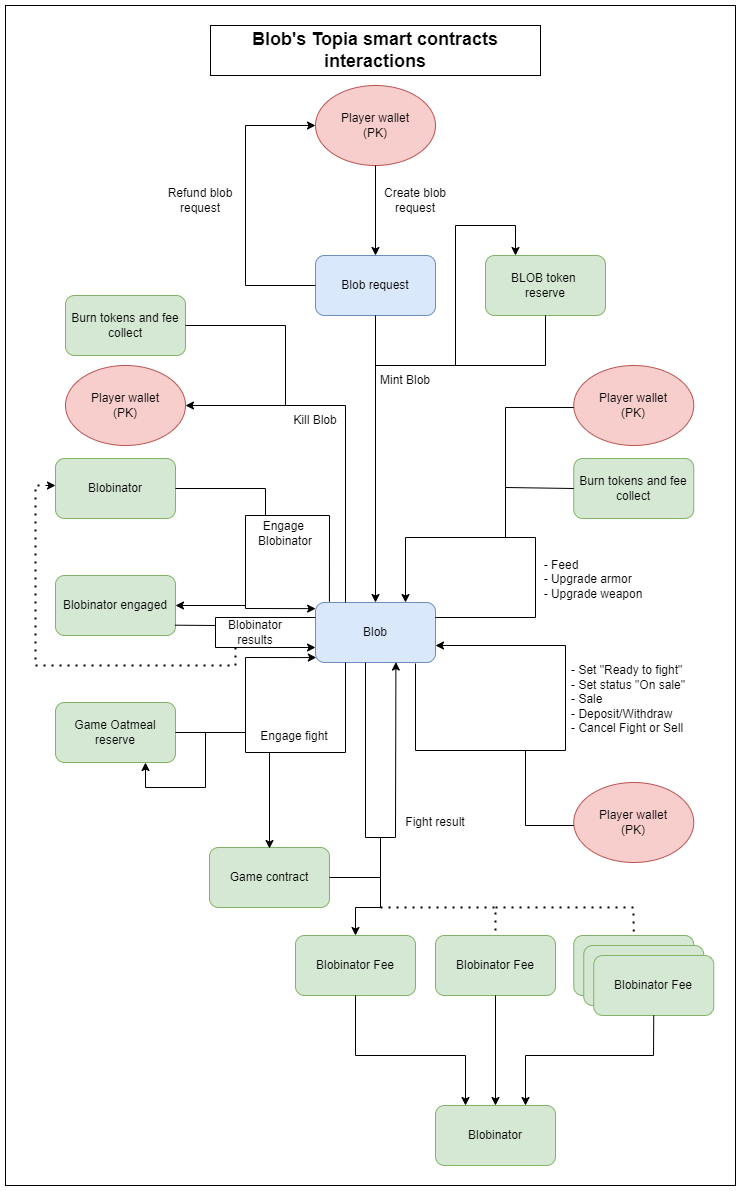
The draw.io diagram contracts/Contracts_overview2.drawio.png in ThierryM1212/blobs-topia, before a commit. Source tidied: cells renumbered, new cells last; positions are measured from the earlier drawing's top-left corner, leaving out a move shared by most shapes.
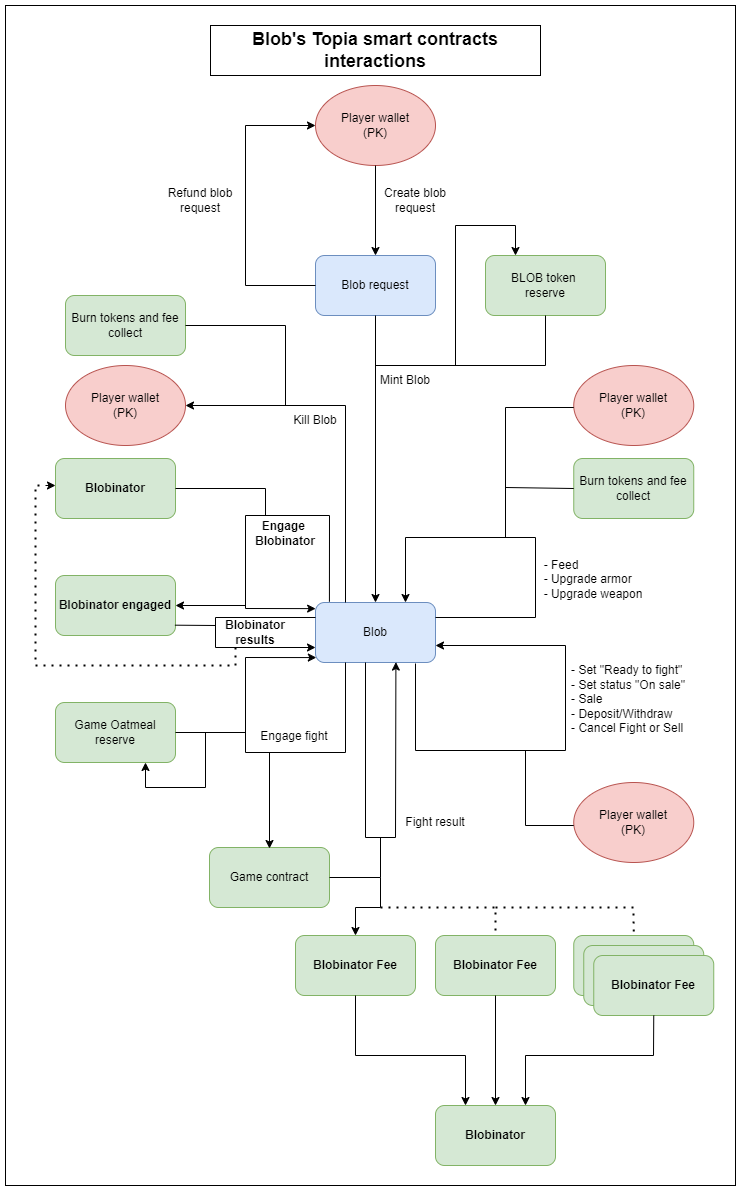
After the change.

What changed in the source:
```diff
@@ -206,13 +206,13 @@
     <mxCell id="42" value="Blobinator Fee" style="rounded=1;whiteSpace=wrap;html=1;fillColor=#d5e8d4;strokeColor=#82b366;" parent="1" vertex="1">
       <mxGeometry x="578.2" y="940" width="120" height="60" as="geometry" />
     </mxCell>
-    <mxCell id="43" value="Blobinator Fee" style="rounded=1;whiteSpace=wrap;html=1;fillColor=#d5e8d4;strokeColor=#82b366;" parent="1" vertex="1">
+    <mxCell id="43" value="Blobinator Fee" style="rounded=1;whiteSpace=wrap;html=1;fillColor=#d5e8d4;strokeColor=#82b366;fontStyle=1;" parent="1" vertex="1">
       <mxGeometry x="588.2" y="950" width="120" height="60" as="geometry" />
     </mxCell>
-    <mxCell id="44" value="Blobinator Fee" style="rounded=1;whiteSpace=wrap;html=1;fillColor=#d5e8d4;strokeColor=#82b366;" parent="1" vertex="1">
+    <mxCell id="44" value="Blobinator Fee" style="rounded=1;whiteSpace=wrap;html=1;fillColor=#d5e8d4;strokeColor=#82b366;fontStyle=1;" parent="1" vertex="1">
       <mxGeometry x="290" y="930" width="120" height="60" as="geometry" />
     </mxCell>
-    <mxCell id="45" value="Blobinator Fee" style="rounded=1;whiteSpace=wrap;html=1;fillColor=#d5e8d4;strokeColor=#82b366;" parent="1" vertex="1">
+    <mxCell id="45" value="Blobinator Fee" style="rounded=1;whiteSpace=wrap;html=1;fillColor=#d5e8d4;strokeColor=#82b366;fontStyle=1;" parent="1" vertex="1">
       <mxGeometry x="430" y="930" width="120" height="60" as="geometry" />
     </mxCell>
     <mxCell id="46" style="endArrow=classic;html=1;rounded=0;entryX=0.5;entryY=0;entryDx=0;entryDy=0;" parent="1" edge="1" target="44">
@@ -250,7 +250,7 @@
         </Array>
       </mxGeometry>
     </mxCell>
-    <mxCell id="50" value="Blobinator" style="rounded=1;whiteSpace=wrap;html=1;fillColor=#d5e8d4;strokeColor=#82b366;" parent="1" vertex="1">
+    <mxCell id="50" value="Blobinator" style="rounded=1;whiteSpace=wrap;html=1;fillColor=#d5e8d4;strokeColor=#82b366;fontStyle=1;" parent="1" vertex="1">
       <mxGeometry x="430" y="1100" width="120" height="60" as="geometry" />
     </mxCell>
     <mxCell id="51" style="endArrow=classic;html=1;rounded=0;exitX=0.5;exitY=1;exitDx=0;exitDy=0;entryX=0.5;entryY=0;entryDx=0;entryDy=0;" parent="1" edge="1" source="45" target="50">
@@ -264,7 +264,7 @@
         </Array>
       </mxGeometry>
     </mxCell>
-    <mxCell id="53" value="Blobinator" style="rounded=1;whiteSpace=wrap;html=1;fillColor=#d5e8d4;strokeColor=#82b366;" parent="1" vertex="1">
+    <mxCell id="53" value="Blobinator" style="rounded=1;whiteSpace=wrap;html=1;fillColor=#d5e8d4;strokeColor=#82b366;fontStyle=1;" parent="1" vertex="1">
       <mxGeometry x="50" y="453" width="120" height="60" as="geometry" />
     </mxCell>
     <mxCell id="54" style="endArrow=classic;html=1;rounded=0;exitX=0.116;exitY=-0.013;exitDx=0;exitDy=0;exitPerimeter=0;entryX=0.001;entryY=0.102;entryDx=0;entryDy=0;entryPerimeter=0;" parent="1" edge="1" source="7" target="7">
@@ -284,10 +284,10 @@
         </Array>
       </mxGeometry>
     </mxCell>
-    <mxCell id="56" value="Engage&amp;nbsp;&lt;br&gt;Blobinator" style="text;html=1;strokeColor=none;fillColor=none;align=center;verticalAlign=middle;whiteSpace=wrap;rounded=0;" parent="1" vertex="1">
+    <mxCell id="56" value="Engage&amp;nbsp;&lt;br&gt;Blobinator" style="text;html=1;strokeColor=none;fillColor=none;align=center;verticalAlign=middle;whiteSpace=wrap;rounded=0;fontStyle=1;" parent="1" vertex="1">
       <mxGeometry x="230" y="513" width="100" height="30" as="geometry" />
     </mxCell>
-    <mxCell id="57" value="Blobinator engaged" style="rounded=1;whiteSpace=wrap;html=1;fillColor=#d5e8d4;strokeColor=#82b366;" parent="1" vertex="1">
+    <mxCell id="57" value="Blobinator engaged" style="rounded=1;whiteSpace=wrap;html=1;fillColor=#d5e8d4;strokeColor=#82b366;fontStyle=1;" parent="1" vertex="1">
       <mxGeometry x="50" y="570" width="120" height="60" as="geometry" />
     </mxCell>
     <mxCell id="58" style="endArrow=classic;html=1;rounded=0;entryX=1;entryY=0.5;entryDx=0;entryDy=0;" parent="1" edge="1" target="57">
@@ -308,7 +308,7 @@
         <mxPoint x="210" y="620" as="targetPoint" />
       </mxGeometry>
     </mxCell>
-    <mxCell id="61" value="Blobinator&lt;br&gt;results" style="text;html=1;strokeColor=none;fillColor=none;align=center;verticalAlign=middle;whiteSpace=wrap;rounded=0;" parent="1" vertex="1">
+    <mxCell id="61" value="Blobinator&lt;br&gt;results" style="text;html=1;strokeColor=none;fillColor=none;align=center;verticalAlign=middle;whiteSpace=wrap;rounded=0;fontStyle=1;" parent="1" vertex="1">
       <mxGeometry x="210" y="612" width="80" height="30" as="geometry" />
     </mxCell>
     <mxCell id="62" style="endArrow=none;dashed=1;html=1;dashPattern=1 3;strokeWidth=2;rounded=0;exitX=0.25;exitY=1;exitDx=0;exitDy=0;" parent="1" edge="1" source="61">
```
